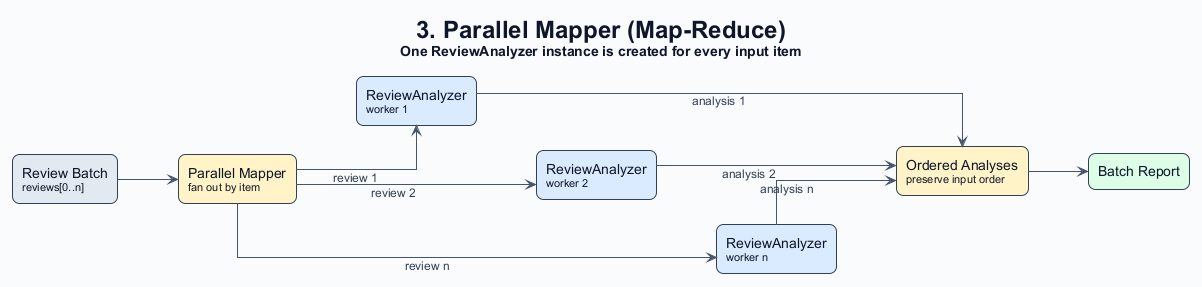
Before: docs/pattern-parallel-mapper.png, a diagram exported from PlantUML (roryp/matrixagents). The source it was exported from:
```plantuml
@startuml pattern-parallel-mapper
!include pattern-theme.puml

title 3. Parallel Mapper (Map-Reduce)\n<size:14>One ReviewAnalyzer instance is created for every input item</size>

left to right direction

rectangle "Review Batch\n<size:11>reviews[0..n]</size>" as batch #E2E8F0
rectangle "Parallel Mapper\n<size:11>fan out by item</size>" as mapper #FEF3C7
rectangle "ReviewAnalyzer\n<size:11>worker 1</size>" as worker1 #DBEAFE
rectangle "ReviewAnalyzer\n<size:11>worker 2</size>" as worker2 #DBEAFE
rectangle "ReviewAnalyzer\n<size:11>worker n</size>" as workern #DBEAFE
rectangle "Ordered Analyses\n<size:11>preserve input order</size>" as aggregate #FEF3C7
rectangle "Batch Report" as output #DCFCE7

batch --> mapper
mapper --> worker1 : review 1
mapper --> worker2 : review 2
mapper --> workern : review n
worker1 --> aggregate : analysis 1
worker2 --> aggregate : analysis 2
workern --> aggregate : analysis n
aggregate --> output

worker1 -[hidden]down-> worker2
worker2 -[hidden]down-> workern

@enduml
```
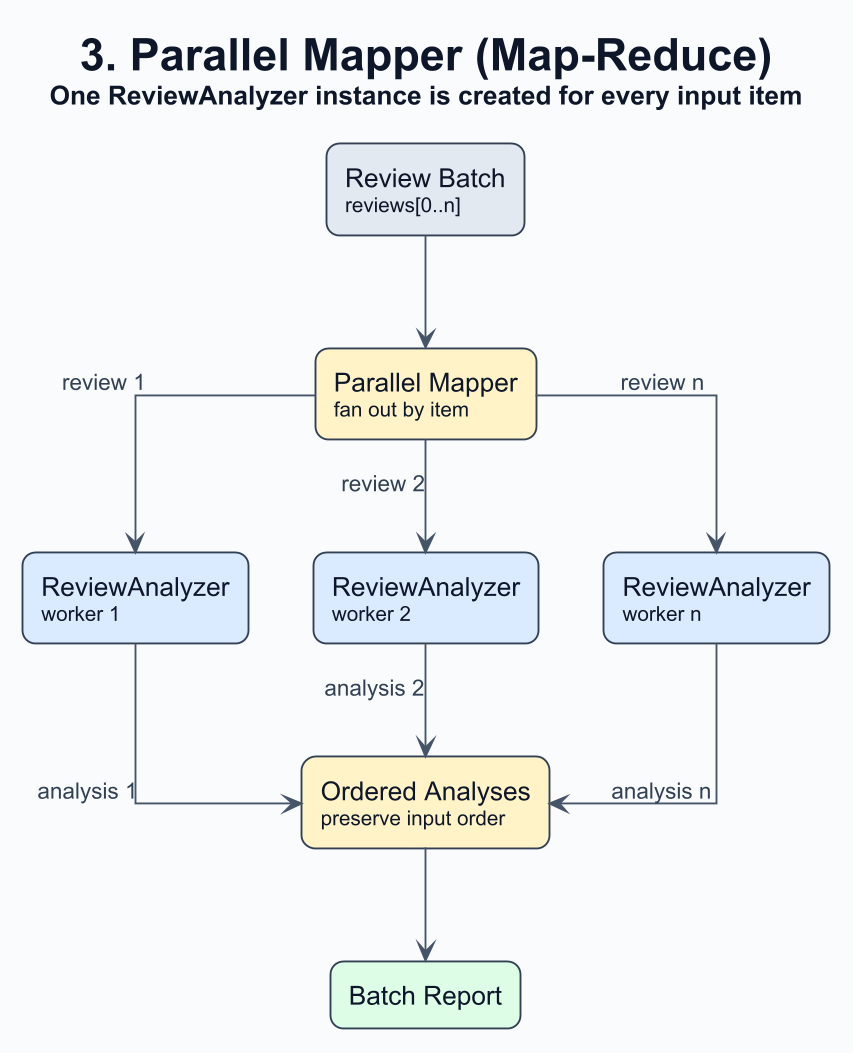
After the commit.

Change to the diagram source:
```diff
@@ -3,7 +3,7 @@
 
 title 3. Parallel Mapper (Map-Reduce)\n<size:14>One ReviewAnalyzer instance is created for every input item</size>
 
-left to right direction
+top to bottom direction
 
 rectangle "Review Batch\n<size:11>reviews[0..n]</size>" as batch #E2E8F0
 rectangle "Parallel Mapper\n<size:11>fan out by item</size>" as mapper #FEF3C7
@@ -22,7 +22,7 @@
 workern --> aggregate : analysis n
 aggregate --> output
 
-worker1 -[hidden]down-> worker2
-worker2 -[hidden]down-> workern
+worker1 -[hidden]right-> worker2
+worker2 -[hidden]right-> workern
 
 @enduml
```
